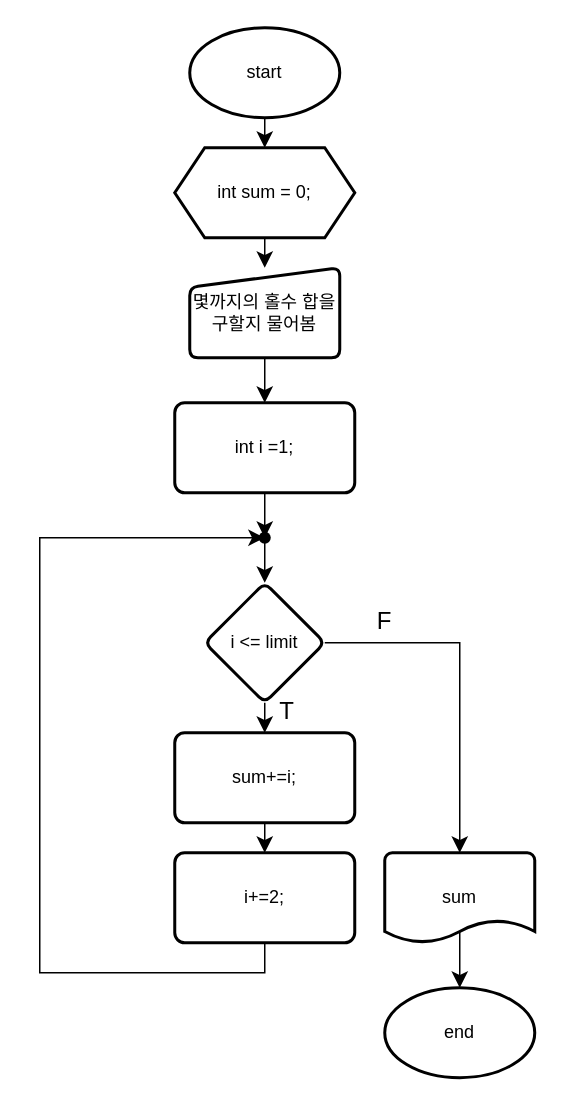
Above: page "문제1" (3 of 11) of 03_java/20260227_yeodohyun/02_work/문제순서도.drawio in dhy257/acon_academy_yeodohyun (draw.io), before the change. Source tidied: cells renumbered, new cells numbered last; positions are measured from the earlier drawing's top-left corner, leaving out a move shared by most shapes. Both pictures are drawn from the tidied source at 150%, with x=0, y=0 at pixel (39, 27).
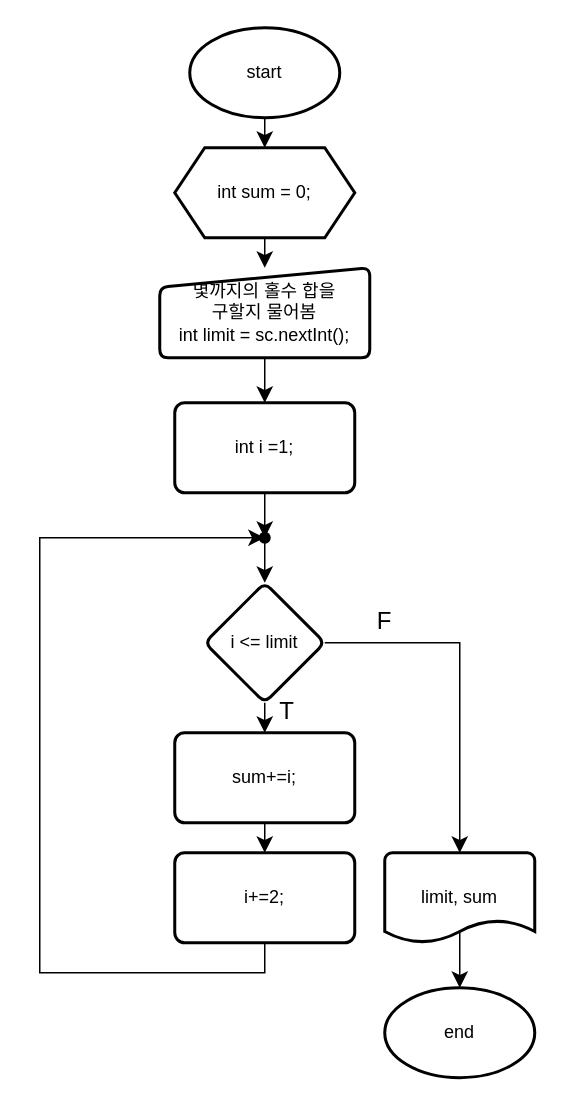
The same page after the edit.

What changed in the source:
```diff
@@
-    <mxCell id="7" value="몇까지의 홀수 합을&lt;br&gt;구할지 물어봄" style="html=1;strokeWidth=2;shape=manualInput;whiteSpace=wrap;rounded=1;size=13;arcSize=11;" parent="1" vertex="1">
-      <mxGeometry x="100" y="160" width="100" height="60" as="geometry" />
+    <mxCell id="7" value="몇까지의 홀수 합을&lt;br&gt;구할지 물어봄&lt;div&gt;int limit = sc.nextInt();&lt;/div&gt;" style="html=1;strokeWidth=2;shape=manualInput;whiteSpace=wrap;rounded=1;size=13;arcSize=11;" parent="1" vertex="1">
+      <mxGeometry x="80" y="160" width="140" height="60" as="geometry" />
     </mxCell>
@@
-    <mxCell id="23" value="sum" style="strokeWidth=2;html=1;shape=mxgraph.flowchart.document2;whiteSpace=wrap;size=0.25;" parent="1" vertex="1">
+    <mxCell id="23" value="limit, sum" style="strokeWidth=2;html=1;shape=mxgraph.flowchart.document2;whiteSpace=wrap;size=0.25;" parent="1" vertex="1">
       <mxGeometry x="230" y="550" width="100" height="60" as="geometry" />
     </mxCell>
```
